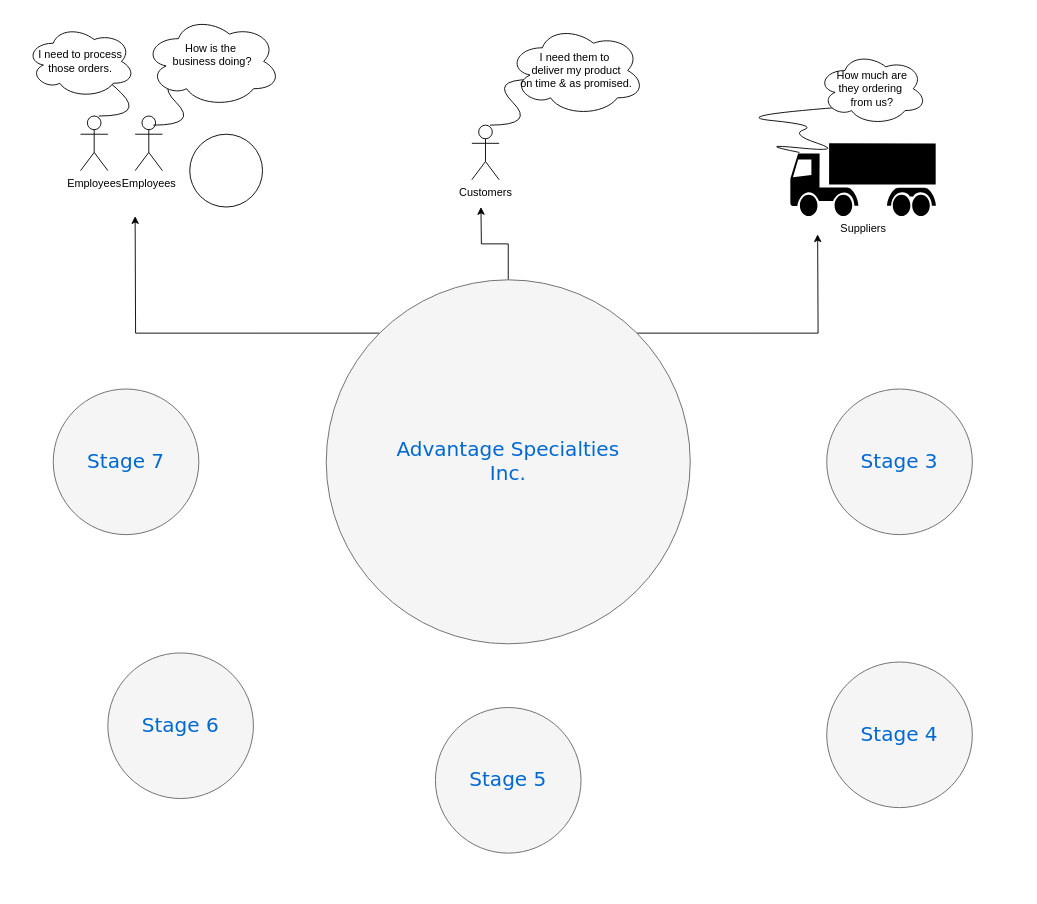
JanssenThomas/JanssenThomas.github.io keeps this draw.io diagram as images/Untitled Diagram.drawio. Above is the earlier version. Source tidied: cells renumbered, new cells numbered last; positions are measured from the earlier drawing's top-left corner, leaving out a move shared by most shapes. Both pictures are drawn from the tidied source at 91%, with x=0, y=0 at pixel (25, 15).
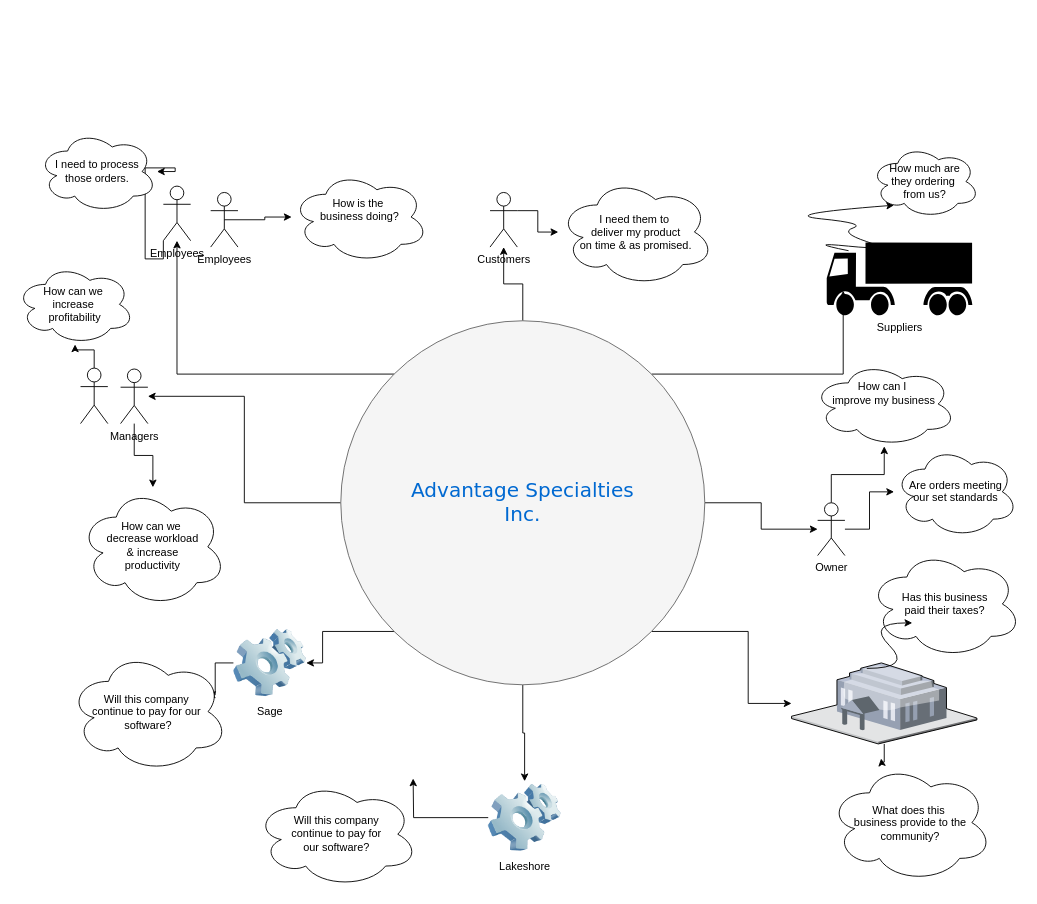
After the change.

Change to the diagram source:
```diff
@@
-<mxGraphModel>
+<mxGraphModel background="#ffffff">
@@
-    <mxCell id="2" style="edgeStyle=orthogonalEdgeStyle;rounded=0;jettySize=auto;html=1;exitX=0;exitY=0;exitDx=0;exitDy=0;" parent="1" edge="1" source="5">
-      <mxGeometry relative="1" as="geometry">
-        <mxPoint x="120" y="220" as="targetPoint" />
-      </mxGeometry>
+    <mxCell id="2" style="edgeStyle=orthogonalEdgeStyle;rounded=0;jettySize=auto;html=1;exitX=0;exitY=0;exitDx=0;exitDy=0;" parent="1" edge="1" source="5" target="11">
+      <mxGeometry relative="1" as="geometry" />
     </mxCell>
-    <mxCell id="3" style="edgeStyle=orthogonalEdgeStyle;rounded=0;jettySize=auto;html=1;exitX=0.5;exitY=0;exitDx=0;exitDy=0;" parent="1" edge="1" source="5">
-      <mxGeometry relative="1" as="geometry">
-        <mxPoint x="500" y="210" as="targetPoint" />
-      </mxGeometry>
+    <mxCell id="3" style="edgeStyle=orthogonalEdgeStyle;rounded=0;jettySize=auto;html=1;exitX=0.5;exitY=0;exitDx=0;exitDy=0;" parent="1" edge="1" source="5" target="15">
+      <mxGeometry relative="1" as="geometry" />
     </mxCell>
-    <mxCell id="4" style="edgeStyle=orthogonalEdgeStyle;rounded=0;jettySize=auto;html=1;exitX=1;exitY=0;exitDx=0;exitDy=0;" parent="1" edge="1" source="5">
-      <mxGeometry relative="1" as="geometry">
-        <mxPoint x="870" y="240" as="targetPoint" />
-      </mxGeometry>
+    <mxCell id="4" style="edgeStyle=orthogonalEdgeStyle;rounded=0;jettySize=auto;html=1;exitX=1;exitY=0;exitDx=0;exitDy=0;entryX=0.113;entryY=0.663;entryDx=0;entryDy=0;entryPerimeter=0;" parent="1" edge="1" source="5" target="18">
+      <mxGeometry relative="1" as="geometry" />
     </mxCell>
+    <mxCell id="24" style="edgeStyle=orthogonalEdgeStyle;rounded=0;jettySize=auto;html=1;exitX=0;exitY=0.5;exitDx=0;exitDy=0;" parent="1" edge="1" source="5" target="33">
+      <mxGeometry relative="1" as="geometry" />
+    </mxCell>
+    <mxCell id="25" style="edgeStyle=orthogonalEdgeStyle;rounded=0;jettySize=auto;html=1;exitX=1;exitY=0.5;exitDx=0;exitDy=0;" parent="1" edge="1" source="5" target="40">
+      <mxGeometry relative="1" as="geometry" />
+    </mxCell>
+    <mxCell id="26" style="edgeStyle=orthogonalEdgeStyle;rounded=0;jettySize=auto;html=1;exitX=1;exitY=1;exitDx=0;exitDy=0;" parent="1" edge="1" source="5" target="44">
+      <mxGeometry relative="1" as="geometry" />
+    </mxCell>
+    <mxCell id="27" style="edgeStyle=orthogonalEdgeStyle;rounded=0;jettySize=auto;html=1;exitX=0.5;exitY=1;exitDx=0;exitDy=0;" parent="1" edge="1" source="5" target="49">
+      <mxGeometry relative="1" as="geometry" />
+    </mxCell>
+    <mxCell id="28" style="edgeStyle=orthogonalEdgeStyle;rounded=0;jettySize=auto;html=1;exitX=0;exitY=1;exitDx=0;exitDy=0;" parent="1" edge="1" source="5" target="52">
+      <mxGeometry relative="1" as="geometry" />
+    </mxCell>
     <mxCell id="5" value="Advantage Specialties&lt;div&gt;Inc.&lt;/div&gt;" style="ellipse;whiteSpace=wrap;html=1;rounded=0;shadow=0;dashed=0;comic=0;fontFamily=Verdana;fontSize=22;fontColor=#0069D1;fillColor=#f5f5f5;strokeColor=#666666;" parent="1" vertex="1">
-      <mxGeometry x="330" y="290" width="400" height="400" as="geometry" />
+      <mxGeometry x="346" y="335" width="400" height="400" as="geometry" />
     </mxCell>
-    <mxCell id="6" value="Stage 5" style="ellipse;whiteSpace=wrap;html=1;rounded=0;shadow=0;dashed=0;comic=0;fontFamily=Verdana;fontSize=22;fontColor=#0069D1;fillColor=#f5f5f5;strokeColor=#666666;" parent="1" vertex="1">
-      <mxGeometry x="450" y="760" width="160" height="160" as="geometry" />
-    </mxCell>
-    <mxCell id="7" value="Stage 3" style="ellipse;whiteSpace=wrap;html=1;rounded=0;shadow=0;dashed=0;comic=0;fontFamily=Verdana;fontSize=22;fontColor=#0069D1;fillColor=#f5f5f5;strokeColor=#666666;" parent="1" vertex="1">
-      <mxGeometry x="880" y="410" width="160" height="160" as="geometry" />
-    </mxCell>
-    <mxCell id="8" value="Stage 7" style="ellipse;whiteSpace=wrap;html=1;rounded=0;shadow=0;dashed=0;comic=0;fontFamily=Verdana;fontSize=22;fontColor=#0069D1;fillColor=#f5f5f5;strokeColor=#666666;" parent="1" vertex="1">
-      <mxGeometry x="30" y="410" width="160" height="160" as="geometry" />
-    </mxCell>
-    <mxCell id="9" value="Stage 4" style="ellipse;whiteSpace=wrap;html=1;rounded=0;shadow=0;dashed=0;comic=0;fontFamily=Verdana;fontSize=22;fontColor=#0069D1;fillColor=#f5f5f5;strokeColor=#666666;" parent="1" vertex="1">
-      <mxGeometry x="880" y="710" width="160" height="160" as="geometry" />
-    </mxCell>
-    <mxCell id="10" value="Stage 6" style="ellipse;whiteSpace=wrap;html=1;rounded=0;shadow=0;dashed=0;comic=0;fontFamily=Verdana;fontSize=22;fontColor=#0069D1;fillColor=#f5f5f5;strokeColor=#666666;" parent="1" vertex="1">
-      <mxGeometry x="90" y="700" width="160" height="160" as="geometry" />
-    </mxCell>
+    <mxCell id="29" style="edgeStyle=orthogonalEdgeStyle;rounded=0;jettySize=auto;html=1;exitX=0;exitY=1;exitDx=0;exitDy=0;exitPerimeter=0;" parent="1" edge="1" source="11" target="22">
+      <mxGeometry relative="1" as="geometry" />
+    </mxCell>
-    <mxCell id="11" value="Employees&lt;div&gt;&lt;br&gt;&lt;/div&gt;" style="shape=umlActor;verticalLabelPosition=bottom;verticalAlign=top;html=1;outlineConnect=0;fontFamily=calibri;" parent="1" vertex="1">
-      <mxGeometry x="60" y="110" width="30" height="60" as="geometry" />
+    <mxCell id="11" value="Employees&lt;div&gt;&lt;br&gt;&lt;/div&gt;" style="shape=umlActor;verticalLabelPosition=bottom;verticalAlign=top;html=1;outlineConnect=0;fontFamily=calibri;shadow=0;textShadow=0;" parent="1" vertex="1">
+      <mxGeometry x="151" y="187" width="30" height="60" as="geometry" />
     </mxCell>
+    <mxCell id="30" style="edgeStyle=orthogonalEdgeStyle;rounded=0;jettySize=auto;html=1;exitX=0.5;exitY=0.5;exitDx=0;exitDy=0;exitPerimeter=0;" parent="1" edge="1" source="12" target="14">
+      <mxGeometry relative="1" as="geometry" />
+    </mxCell>
     <mxCell id="12" value="Employees&lt;div&gt;&lt;br&gt;&lt;/div&gt;" style="shape=umlActor;verticalLabelPosition=bottom;verticalAlign=top;html=1;outlineConnect=0;" parent="1" vertex="1">
-      <mxGeometry x="120" y="110" width="30" height="60" as="geometry" />
+      <mxGeometry x="203" y="194" width="30" height="60" as="geometry" />
     </mxCell>
-    <mxCell id="13" style="curved=1;endArrow=classic;html=1;rounded=0;" parent="1" edge="1">
-      <mxGeometry relative="1" as="geometry">
-        <mxPoint x="140" y="120" as="sourcePoint" />
-        <mxPoint x="190" y="70" as="targetPoint" />
-        <Array as="points">
-          <mxPoint x="190" y="120" />
-          <mxPoint x="140" y="70" />
-        </Array>
-      </mxGeometry>
-    </mxCell>
     <mxCell id="14" value="How is the&amp;nbsp;&lt;div&gt;business doing?&lt;/div&gt;&lt;div&gt;&lt;br&gt;&lt;/div&gt;" style="ellipse;shape=cloud;whiteSpace=wrap;html=1;" parent="1" vertex="1">
-      <mxGeometry x="130" width="150" height="100" as="geometry" />
+      <mxGeometry x="292" y="171" width="150" height="100" as="geometry" />
     </mxCell>
+    <mxCell id="31" style="edgeStyle=orthogonalEdgeStyle;rounded=0;jettySize=auto;html=1;exitX=1;exitY=0.3333333333333333;exitDx=0;exitDy=0;exitPerimeter=0;" parent="1" edge="1" source="15" target="17">
+      <mxGeometry relative="1" as="geometry" />
+    </mxCell>
     <mxCell id="15" value="Customers&lt;div&gt;&lt;br&gt;&lt;/div&gt;" style="shape=umlActor;verticalLabelPosition=bottom;verticalAlign=top;html=1;outlineConnect=0;" parent="1" vertex="1">
-      <mxGeometry x="490" y="120" width="30" height="60" as="geometry" />
+      <mxGeometry x="510" y="194" width="30" height="60" as="geometry" />
     </mxCell>
-    <mxCell id="16" style="curved=1;endArrow=classic;html=1;rounded=0;" parent="1" edge="1">
-      <mxGeometry relative="1" as="geometry">
-        <mxPoint x="510" y="120" as="sourcePoint" />
-        <mxPoint x="560" y="70" as="targetPoint" />
-        <Array as="points">
-          <mxPoint x="560" y="120" />
-          <mxPoint x="510" y="70" />
-        </Array>
-      </mxGeometry>
-    </mxCell>
     <mxCell id="17" value="I need them to&amp;nbsp;&lt;div&gt;deliver my product&lt;/div&gt;&lt;div&gt;on time &amp;amp; as promised.&lt;/div&gt;" style="ellipse;shape=cloud;whiteSpace=wrap;html=1;" parent="1" vertex="1">
-      <mxGeometry x="530" y="10" width="150" height="100" as="geometry" />
+      <mxGeometry x="585" y="178" width="171" height="119" as="geometry" />
     </mxCell>
     <mxCell id="18" value="Suppliers&lt;div&gt;&lt;br&gt;&lt;/div&gt;" style="shape=mxgraph.signs.transportation.truck_7;html=1;fillColor=#000000;strokeColor=none;verticalLabelPosition=bottom;verticalAlign=top;align=center;" parent="1" vertex="1">
-      <mxGeometry x="840" y="140" width="160" height="80" as="geometry" />
+      <mxGeometry x="880" y="249" width="160" height="80" as="geometry" />
     </mxCell>
     <mxCell id="19" style="curved=1;endArrow=classic;html=1;rounded=0;" parent="1" edge="1">
       <mxGeometry relative="1" as="geometry">
-        <mxPoint x="850" y="150" as="sourcePoint" />
-        <mxPoint x="900" y="100" as="targetPoint" />
+        <mxPoint x="904" y="258" as="sourcePoint" />
+        <mxPoint x="954" y="208" as="targetPoint" />
         <Array as="points">
-          <mxPoint x="800" y="140" />
-          <mxPoint x="900" y="150" />
-          <mxPoint x="840" y="130" />
-          <mxPoint x="870" y="120" />
-          <mxPoint x="770" y="110" />
+          <mxPoint x="854" y="248" />
+          <mxPoint x="954" y="258" />
+          <mxPoint x="894" y="238" />
+          <mxPoint x="924" y="228" />
+          <mxPoint x="824" y="218" />
         </Array>
       </mxGeometry>
     </mxCell>
     <mxCell id="20" value="How much are&lt;div&gt;they ordering&amp;nbsp;&lt;/div&gt;&lt;div&gt;from us?&lt;/div&gt;" style="ellipse;shape=cloud;whiteSpace=wrap;html=1;" parent="1" vertex="1">
-      <mxGeometry x="870" y="40" width="120" height="80" as="geometry" />
+      <mxGeometry x="928" y="142" width="120" height="80" as="geometry" />
     </mxCell>
-    <mxCell id="21" style="curved=1;endArrow=classic;html=1;rounded=0;" parent="1" edge="1">
-      <mxGeometry relative="1" as="geometry">
-        <mxPoint x="80" y="110" as="sourcePoint" />
-        <mxPoint x="80" y="80" as="targetPoint" />
-        <Array as="points">
-          <mxPoint x="130" y="110" />
-          <mxPoint x="80" y="60" />
-        </Array>
-      </mxGeometry>
-    </mxCell>
     <mxCell id="22" value="I need to process&lt;div&gt;those orders.&lt;/div&gt;" style="ellipse;shape=cloud;whiteSpace=wrap;html=1;" parent="1" vertex="1">
-      <mxGeometry y="10" width="120" height="80" as="geometry" />
+      <mxGeometry x="13" y="126" width="131" height="90" as="geometry" />
     </mxCell>
-    <mxCell id="23" style="ellipse;whiteSpace=wrap;html=1;" parent="1" vertex="1">
-      <mxGeometry x="180" y="130" width="80" height="80" as="geometry" />
-    </mxCell>
+    <mxCell id="32" style="edgeStyle=orthogonalEdgeStyle;rounded=0;jettySize=auto;html=1;" parent="1" edge="1" source="33" target="37">
+      <mxGeometry relative="1" as="geometry" />
+    </mxCell>
+    <mxCell id="33" value="Managers&lt;div&gt;&lt;br&gt;&lt;/div&gt;" style="shape=umlActor;verticalLabelPosition=bottom;verticalAlign=top;html=1;outlineConnect=0;" parent="1" vertex="1">
+      <mxGeometry x="104" y="388" width="30" height="60" as="geometry" />
+    </mxCell>
+    <mxCell id="34" style="edgeStyle=orthogonalEdgeStyle;rounded=0;jettySize=auto;html=1;" parent="1" edge="1" source="35" target="36">
+      <mxGeometry relative="1" as="geometry" />
+    </mxCell>
+    <mxCell id="35" style="shape=umlActor;verticalLabelPosition=bottom;verticalAlign=top;html=1;outlineConnect=0;" parent="1" vertex="1">
+      <mxGeometry x="60" y="387" width="30" height="61" as="geometry" />
+    </mxCell>
+    <mxCell id="36" value="How can we&amp;nbsp;&lt;div&gt;increase&amp;nbsp;&lt;/div&gt;&lt;div&gt;profitability&lt;/div&gt;" style="ellipse;shape=cloud;whiteSpace=wrap;html=1;" parent="1" vertex="1">
+      <mxGeometry x="-11" y="273" width="130" height="88" as="geometry" />
+    </mxCell>
+    <mxCell id="37" value="&lt;div&gt;&lt;br&gt;&lt;/div&gt;&lt;div&gt;&lt;br&gt;&lt;/div&gt;&lt;div&gt;How can we&amp;nbsp;&lt;/div&gt;&lt;div&gt;decrease workload&lt;/div&gt;&lt;div&gt;&amp;amp; increase&lt;/div&gt;&lt;div&gt;productivity&lt;/div&gt;" style="ellipse;shape=cloud;whiteSpace=wrap;html=1;verticalAlign=top;" parent="1" vertex="1">
+      <mxGeometry x="59" y="518" width="161" height="131" as="geometry" />
+    </mxCell>
+    <mxCell id="38" style="edgeStyle=orthogonalEdgeStyle;rounded=0;jettySize=auto;html=1;" parent="1" edge="1" source="40" target="41">
+      <mxGeometry relative="1" as="geometry" />
+    </mxCell>
+    <mxCell id="39" style="edgeStyle=orthogonalEdgeStyle;rounded=0;jettySize=auto;html=1;" parent="1" edge="1" source="40" target="42">
+      <mxGeometry relative="1" as="geometry" />
+    </mxCell>
+    <mxCell id="40" value="Owner&lt;div&gt;&lt;br&gt;&lt;/div&gt;" style="shape=umlActor;verticalLabelPosition=bottom;verticalAlign=top;html=1;outlineConnect=0;" parent="1" vertex="1">
+      <mxGeometry x="870" y="535" width="30" height="58" as="geometry" />
+    </mxCell>
+    <mxCell id="41" value="&lt;div&gt;&lt;br&gt;&lt;/div&gt;&lt;div&gt;How can I&amp;nbsp;&lt;/div&gt;&lt;div&gt;improve my business&lt;/div&gt;" style="ellipse;shape=cloud;whiteSpace=wrap;html=1;verticalAlign=top;" parent="1" vertex="1">
+      <mxGeometry x="864.2" y="380" width="158" height="93" as="geometry" />
+    </mxCell>
+    <mxCell id="42" value="&lt;div&gt;&lt;br&gt;&lt;/div&gt;&lt;div&gt;&lt;br&gt;&lt;/div&gt;&lt;div&gt;Are orders meeting&lt;/div&gt;&lt;div&gt;our set standards&lt;/div&gt;" style="ellipse;shape=cloud;whiteSpace=wrap;html=1;verticalAlign=top;" parent="1" vertex="1">
+      <mxGeometry x="954" y="473" width="136" height="100" as="geometry" />
+    </mxCell>
+    <mxCell id="43" style="edgeStyle=orthogonalEdgeStyle;rounded=0;jettySize=auto;html=1;" parent="1" edge="1" source="44">
+      <mxGeometry relative="1" as="geometry">
+        <mxPoint x="939.8" y="816" as="targetPoint" />
+      </mxGeometry>
+    </mxCell>
+    <mxCell id="44" style="verticalLabelPosition=bottom;sketch=0;html=1;verticalAlign=top;strokeColor=none;align=center;outlineConnect=0;shape=mxgraph.citrix.government;" parent="1" vertex="1">
+      <mxGeometry x="841.3" y="711" width="203.7" height="89" as="geometry" />
+    </mxCell>
+    <mxCell id="45" value="Has this business&lt;div&gt;paid their taxes?&lt;/div&gt;" style="ellipse;shape=cloud;whiteSpace=wrap;html=1;" parent="1" vertex="1">
+      <mxGeometry x="926" y="587" width="168" height="118.5" as="geometry" />
+    </mxCell>
+    <mxCell id="46" style="curved=1;endArrow=classic;html=1;rounded=0;" parent="1" edge="1">
+      <mxGeometry relative="1" as="geometry">
+        <mxPoint x="924" y="717" as="sourcePoint" />
+        <mxPoint x="974" y="667" as="targetPoint" />
+        <Array as="points">
+          <mxPoint x="974" y="717" />
+          <mxPoint x="924" y="667" />
+        </Array>
+      </mxGeometry>
+    </mxCell>
+    <mxCell id="47" value="What does this&amp;nbsp;&lt;div&gt;business provide to the community?&lt;/div&gt;" style="ellipse;shape=cloud;whiteSpace=wrap;html=1;" parent="1" vertex="1">
+      <mxGeometry x="882" y="821" width="180" height="131" as="geometry" />
+    </mxCell>
+    <mxCell id="48" style="edgeStyle=orthogonalEdgeStyle;rounded=0;jettySize=auto;html=1;" parent="1" edge="1" source="49">
+      <mxGeometry relative="1" as="geometry">
+        <mxPoint x="425.5" y="838" as="targetPoint" />
+      </mxGeometry>
+    </mxCell>
+    <mxCell id="49" value="Lakeshore" style="image;html=1;image=img/lib/clip_art/computers/Software_128x128.png;" parent="1" vertex="1">
+      <mxGeometry x="508" y="841" width="80" height="80" as="geometry" />
+    </mxCell>
+    <mxCell id="50" value="Will this company&lt;div&gt;continue to pay for&lt;/div&gt;&lt;div&gt;our software?&lt;/div&gt;" style="ellipse;shape=cloud;whiteSpace=wrap;html=1;" parent="1" vertex="1">
+      <mxGeometry x="252" y="841" width="179" height="116.5" as="geometry" />
+    </mxCell>
+    <mxCell id="51" style="edgeStyle=orthogonalEdgeStyle;rounded=0;jettySize=auto;html=1;" parent="1" edge="1" source="52">
+      <mxGeometry relative="1" as="geometry">
+        <mxPoint x="200" y="745.5" as="targetPoint" />
+      </mxGeometry>
+    </mxCell>
+    <mxCell id="52" value="Sage" style="image;html=1;image=img/lib/clip_art/computers/Software_128x128.png;" parent="1" vertex="1">
+      <mxGeometry x="228" y="671" width="80" height="80" as="geometry" />
+    </mxCell>
+    <mxCell id="53" value="Will this company&amp;nbsp;&lt;div&gt;continue to pay for our&amp;nbsp;&lt;/div&gt;&lt;div&gt;software?&lt;/div&gt;" style="ellipse;shape=cloud;whiteSpace=wrap;html=1;" parent="1" vertex="1">
+      <mxGeometry x="47" y="698" width="175" height="133" as="geometry" />
+    </mxCell>
```
